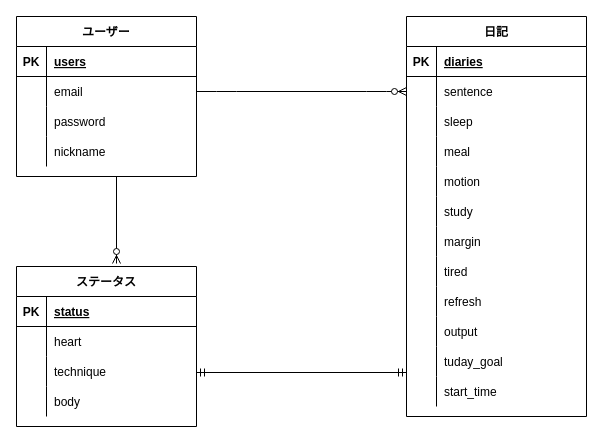
This is ER.dio from MiyaMasaomi/htbcheker, a draw.io file, before an edit. Source tidied: cells renumbered, new cells numbered last; positions are measured from the earlier drawing's top-left corner, leaving out a move shared by most shapes. Both pictures are drawn from the tidied source at 100%, with x=0, y=0 at pixel (16, 16).
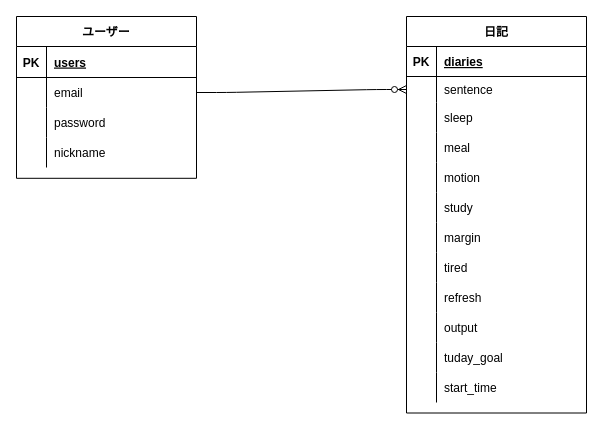
The same page after the edit.

Change to the diagram source:
```diff
@@
-<mxGraphModel>
+<mxGraphModel background="#ffffff">
@@
-    <mxCell id="2" value="ユーザー" style="shape=table;startSize=30;childLayout=tableLayout;rowLines=0;fontStyle=1;align=center;" parent="1" vertex="1">
-      <mxGeometry width="180" height="160" as="geometry" />
+    <mxCell id="2" value="ユーザー" style="shape=table;startSize=30;childLayout=tableLayout;rowLines=0;fontStyle=1;align=center;fillColor=none;strokeColor=#000000;fontColor=#000000;labelBorderColor=none;" parent="1" vertex="1">
+      <mxGeometry width="180" height="161.8" as="geometry" />
     </mxCell>
-    <mxCell id="3" style="shape=partialRectangle;fillColor=none;top=0;left=0;bottom=1;right=0;" parent="2" vertex="1">
-      <mxGeometry y="30" width="180" height="30" as="geometry" />
+    <mxCell id="3" style="shape=partialRectangle;fillColor=none;top=0;left=0;bottom=1;right=0;strokeColor=#000000;" parent="2" vertex="1">
+      <mxGeometry y="30" width="180" height="31" as="geometry" />
     </mxCell>
-    <mxCell id="4" value="PK" style="shape=partialRectangle;fillColor=none;top=0;left=0;bottom=0;right=0;fontStyle=1;overflow=hidden;" parent="3" vertex="1">
-      <mxGeometry width="30" height="30" as="geometry" />
+    <mxCell id="4" value="PK" style="shape=partialRectangle;fillColor=none;top=0;left=0;bottom=0;right=0;fontStyle=1;overflow=hidden;fontColor=#000000;" parent="3" vertex="1">
+      <mxGeometry width="30" height="31" as="geometry" />
     </mxCell>
-    <mxCell id="5" value="users" style="shape=partialRectangle;fillColor=none;top=0;left=0;bottom=0;right=0;align=left;spacingLeft=6;fontStyle=5;overflow=hidden;" parent="3" vertex="1">
-      <mxGeometry x="30" width="150" height="30" as="geometry" />
+    <mxCell id="5" value="users" style="shape=partialRectangle;top=0;left=0;bottom=0;right=0;align=left;spacingLeft=6;fontStyle=5;overflow=hidden;fillColor=none;fontColor=#000000;" parent="3" vertex="1">
+      <mxGeometry x="30" width="150" height="31" as="geometry" />
     </mxCell>
     <mxCell id="6" style="shape=partialRectangle;fillColor=none;top=0;left=0;bottom=0;right=0;points=[[0,0.5],[1,0.5]];portConstraint=eastwest;" parent="2" vertex="1">
-      <mxGeometry y="60" width="180" height="30" as="geometry" />
+      <mxGeometry y="61" width="180" height="30" as="geometry" />
     </mxCell>
@@
-    <mxCell id="8" value="email" style="shape=partialRectangle;fillColor=none;top=0;left=0;bottom=0;right=0;align=left;spacingLeft=6;overflow=hidden;" parent="6" vertex="1">
+    <mxCell id="8" value="email" style="shape=partialRectangle;fillColor=none;top=0;left=0;bottom=0;right=0;align=left;spacingLeft=6;overflow=hidden;fontColor=#000000;" parent="6" vertex="1">
       <mxGeometry x="30" width="150" height="30" as="geometry" />
     </mxCell>
     <mxCell id="9" style="shape=partialRectangle;fillColor=none;top=0;left=0;bottom=0;right=0;" parent="2" vertex="1">
-      <mxGeometry y="90" width="180" height="30" as="geometry" />
+      <mxGeometry y="91" width="180" height="30" as="geometry" />
     </mxCell>
@@
-    <mxCell id="11" value="password" style="shape=partialRectangle;fillColor=none;top=0;left=0;bottom=0;right=0;align=left;spacingLeft=6;overflow=hidden;" parent="9" vertex="1">
+    <mxCell id="11" value="password" style="shape=partialRectangle;fillColor=none;top=0;left=0;bottom=0;right=0;align=left;spacingLeft=6;overflow=hidden;fontColor=#000000;" parent="9" vertex="1">
       <mxGeometry x="30" width="150" height="30" as="geometry" />
     </mxCell>
     <mxCell id="12" style="shape=partialRectangle;fillColor=none;top=0;left=0;bottom=0;right=0;" parent="2" vertex="1">
-      <mxGeometry y="120" width="180" height="30" as="geometry" />
+      <mxGeometry y="121" width="180" height="30" as="geometry" />
     </mxCell>
@@
-    <mxCell id="14" value="nickname" style="shape=partialRectangle;fillColor=none;top=0;left=0;bottom=0;right=0;align=left;spacingLeft=6;overflow=hidden;" parent="12" vertex="1">
+    <mxCell id="14" value="nickname" style="shape=partialRectangle;fillColor=none;top=0;left=0;bottom=0;right=0;align=left;spacingLeft=6;overflow=hidden;fontColor=#000000;" parent="12" vertex="1">
       <mxGeometry x="30" width="150" height="30" as="geometry" />
     </mxCell>
-    <mxCell id="15" value="日記" style="shape=table;startSize=30;childLayout=tableLayout;rowLines=0;fontStyle=1;align=center;" parent="1" vertex="1">
-      <mxGeometry x="390" width="180" height="400" as="geometry" />
+    <mxCell id="15" value="日記" style="shape=table;startSize=30;childLayout=tableLayout;rowLines=0;fontStyle=1;align=center;fillColor=none;strokeColor=#000000;fontColor=#000000;" parent="1" vertex="1">
+      <mxGeometry x="390" width="180" height="396.5" as="geometry" />
     </mxCell>
-    <mxCell id="16" style="shape=partialRectangle;fillColor=none;top=0;left=0;bottom=1;right=0;" parent="15" vertex="1">
+    <mxCell id="16" style="shape=partialRectangle;fillColor=none;top=0;left=0;bottom=1;right=0;strokeColor=#000000;" parent="15" vertex="1">
       <mxGeometry y="30" width="180" height="30" as="geometry" />
     </mxCell>
-    <mxCell id="17" value="PK" style="shape=partialRectangle;fillColor=none;top=0;left=0;bottom=0;right=0;fontStyle=1;overflow=hidden;" parent="16" vertex="1">
+    <mxCell id="17" value="PK" style="shape=partialRectangle;fillColor=none;top=0;left=0;bottom=0;right=0;fontStyle=1;overflow=hidden;fontColor=#000000;" parent="16" vertex="1">
       <mxGeometry width="30" height="30" as="geometry" />
     </mxCell>
-    <mxCell id="18" value="diaries" style="shape=partialRectangle;fillColor=none;top=0;left=0;bottom=0;right=0;align=left;spacingLeft=6;fontStyle=5;overflow=hidden;" parent="16" vertex="1">
+    <mxCell id="18" value="diaries" style="shape=partialRectangle;fillColor=none;top=0;left=0;bottom=0;right=0;align=left;spacingLeft=6;fontStyle=5;overflow=hidden;fontColor=#000000;strokeColor=#000000;" parent="16" vertex="1">
       <mxGeometry x="30" width="150" height="30" as="geometry" />
     </mxCell>
-    <mxCell id="19" style="shape=partialRectangle;fillColor=none;top=0;left=0;bottom=0;right=0;points=[[0,0.5],[1,0.5]];portConstraint=eastwest;" parent="15" vertex="1">
-      <mxGeometry y="60" width="180" height="30" as="geometry" />
+    <mxCell id="19" style="shape=partialRectangle;fillColor=none;top=0;left=0;bottom=0;right=0;points=[[0,0.5],[1,0.5]];portConstraint=eastwest;strokeColor=#000000;" parent="15" vertex="1">
+      <mxGeometry y="60" width="180" height="26" as="geometry" />
     </mxCell>
-    <mxCell id="20" style="shape=partialRectangle;fillColor=none;top=0;left=0;bottom=0;right=0;overflow=hidden;" parent="19" vertex="1">
-      <mxGeometry width="30" height="30" as="geometry" />
+    <mxCell id="20" style="shape=partialRectangle;fillColor=none;top=0;left=0;bottom=0;right=0;overflow=hidden;fontColor=#000000;strokeColor=#000000;" parent="19" vertex="1">
+      <mxGeometry width="30" height="26" as="geometry" />
     </mxCell>
-    <mxCell id="21" value="sentence" style="shape=partialRectangle;fillColor=none;top=0;left=0;bottom=0;right=0;align=left;spacingLeft=6;overflow=hidden;" parent="19" vertex="1">
-      <mxGeometry x="30" width="150" height="30" as="geometry" />
+    <mxCell id="21" value="sentence" style="shape=partialRectangle;fillColor=none;top=0;left=0;bottom=0;right=0;align=left;spacingLeft=6;overflow=hidden;strokeColor=#000000;fontColor=#000000;" parent="19" vertex="1">
+      <mxGeometry x="30" width="150" height="26" as="geometry" />
     </mxCell>
     <mxCell id="22" style="shape=partialRectangle;fillColor=none;top=0;left=0;bottom=0;right=0;" parent="15" vertex="1">
-      <mxGeometry y="90" width="180" height="30" as="geometry" />
+      <mxGeometry y="86" width="180" height="30" as="geometry" />
     </mxCell>
@@
-    <mxCell id="24" value="sleep" style="shape=partialRectangle;fillColor=none;top=0;left=0;bottom=0;right=0;align=left;spacingLeft=6;overflow=hidden;" parent="22" vertex="1">
+    <mxCell id="24" value="sleep" style="shape=partialRectangle;fillColor=none;top=0;left=0;bottom=0;right=0;align=left;spacingLeft=6;overflow=hidden;fontColor=#000000;" parent="22" vertex="1">
       <mxGeometry x="30" width="150" height="30" as="geometry" />
     </mxCell>
     <mxCell id="25" style="shape=partialRectangle;fillColor=none;top=0;left=0;bottom=0;right=0;" parent="15" vertex="1">
-      <mxGeometry y="120" width="180" height="30" as="geometry" />
+      <mxGeometry y="116" width="180" height="30" as="geometry" />
     </mxCell>
@@
-    <mxCell id="27" value="meal" style="shape=partialRectangle;fillColor=none;top=0;left=0;bottom=0;right=0;align=left;spacingLeft=6;overflow=hidden;" parent="25" vertex="1">
+    <mxCell id="27" value="meal" style="shape=partialRectangle;fillColor=none;top=0;left=0;bottom=0;right=0;align=left;spacingLeft=6;overflow=hidden;fontColor=#000000;" parent="25" vertex="1">
       <mxGeometry x="30" width="150" height="30" as="geometry" />
     </mxCell>
     <mxCell id="28" style="shape=partialRectangle;fillColor=none;top=0;left=0;bottom=0;right=0;" parent="15" vertex="1">
-      <mxGeometry y="150" width="180" height="30" as="geometry" />
+      <mxGeometry y="146" width="180" height="30" as="geometry" />
     </mxCell>
@@
-    <mxCell id="30" value="motion" style="shape=partialRectangle;fillColor=none;top=0;left=0;bottom=0;right=0;align=left;spacingLeft=6;overflow=hidden;" parent="28" vertex="1">
+    <mxCell id="30" value="motion" style="shape=partialRectangle;fillColor=none;top=0;left=0;bottom=0;right=0;align=left;spacingLeft=6;overflow=hidden;fontColor=#000000;" parent="28" vertex="1">
       <mxGeometry x="30" width="150" height="30" as="geometry" />
     </mxCell>
     <mxCell id="31" style="shape=partialRectangle;fillColor=none;top=0;left=0;bottom=0;right=0;" parent="15" vertex="1">
-      <mxGeometry y="180" width="180" height="30" as="geometry" />
+      <mxGeometry y="176" width="180" height="30" as="geometry" />
     </mxCell>
@@
-    <mxCell id="33" value="study" style="shape=partialRectangle;fillColor=none;top=0;left=0;bottom=0;right=0;align=left;spacingLeft=6;overflow=hidden;" parent="31" vertex="1">
+    <mxCell id="33" value="study" style="shape=partialRectangle;fillColor=none;top=0;left=0;bottom=0;right=0;align=left;spacingLeft=6;overflow=hidden;fontColor=#000000;" parent="31" vertex="1">
       <mxGeometry x="30" width="150" height="30" as="geometry" />
     </mxCell>
     <mxCell id="34" style="shape=partialRectangle;fillColor=none;top=0;left=0;bottom=0;right=0;" parent="15" vertex="1">
-      <mxGeometry y="210" width="180" height="30" as="geometry" />
+      <mxGeometry y="206" width="180" height="30" as="geometry" />
     </mxCell>
@@
-    <mxCell id="36" value="margin" style="shape=partialRectangle;fillColor=none;top=0;left=0;bottom=0;right=0;align=left;spacingLeft=6;overflow=hidden;" parent="34" vertex="1">
+    <mxCell id="36" value="margin" style="shape=partialRectangle;fillColor=none;top=0;left=0;bottom=0;right=0;align=left;spacingLeft=6;overflow=hidden;fontColor=#000000;" parent="34" vertex="1">
       <mxGeometry x="30" width="150" height="30" as="geometry" />
     </mxCell>
     <mxCell id="37" style="shape=partialRectangle;fillColor=none;top=0;left=0;bottom=0;right=0;" parent="15" vertex="1">
-      <mxGeometry y="240" width="180" height="30" as="geometry" />
+      <mxGeometry y="236" width="180" height="30" as="geometry" />
     </mxCell>
@@
-    <mxCell id="39" value="tired" style="shape=partialRectangle;fillColor=none;top=0;left=0;bottom=0;right=0;align=left;spacingLeft=6;overflow=hidden;" parent="37" vertex="1">
+    <mxCell id="39" value="tired" style="shape=partialRectangle;fillColor=none;top=0;left=0;bottom=0;right=0;align=left;spacingLeft=6;overflow=hidden;fontColor=#000000;" parent="37" vertex="1">
       <mxGeometry x="30" width="150" height="30" as="geometry" />
     </mxCell>
     <mxCell id="40" style="shape=partialRectangle;fillColor=none;top=0;left=0;bottom=0;right=0;" parent="15" vertex="1">
-      <mxGeometry y="270" width="180" height="30" as="geometry" />
+      <mxGeometry y="266" width="180" height="30" as="geometry" />
     </mxCell>
@@
-    <mxCell id="42" value="refresh" style="shape=partialRectangle;fillColor=none;top=0;left=0;bottom=0;right=0;align=left;spacingLeft=6;overflow=hidden;" parent="40" vertex="1">
+    <mxCell id="42" value="refresh" style="shape=partialRectangle;fillColor=none;top=0;left=0;bottom=0;right=0;align=left;spacingLeft=6;overflow=hidden;fontColor=#000000;" parent="40" vertex="1">
       <mxGeometry x="30" width="150" height="30" as="geometry" />
     </mxCell>
     <mxCell id="43" style="shape=partialRectangle;fillColor=none;top=0;left=0;bottom=0;right=0;" parent="15" vertex="1">
-      <mxGeometry y="300" width="180" height="30" as="geometry" />
+      <mxGeometry y="296" width="180" height="30" as="geometry" />
     </mxCell>
@@
-    <mxCell id="45" value="output" style="shape=partialRectangle;fillColor=none;top=0;left=0;bottom=0;right=0;align=left;spacingLeft=6;overflow=hidden;" parent="43" vertex="1">
+    <mxCell id="45" value="output" style="shape=partialRectangle;fillColor=none;top=0;left=0;bottom=0;right=0;align=left;spacingLeft=6;overflow=hidden;fontColor=#000000;" parent="43" vertex="1">
       <mxGeometry x="30" width="150" height="30" as="geometry" />
     </mxCell>
     <mxCell id="46" style="shape=partialRectangle;fillColor=none;top=0;left=0;bottom=0;right=0;" parent="15" vertex="1">
-      <mxGeometry y="330" width="180" height="30" as="geometry" />
+      <mxGeometry y="326" width="180" height="30" as="geometry" />
     </mxCell>
@@
-    <mxCell id="48" value="tuday_goal" style="shape=partialRectangle;fillColor=none;top=0;left=0;bottom=0;right=0;align=left;spacingLeft=6;overflow=hidden;" parent="46" vertex="1">
+    <mxCell id="48" value="tuday_goal" style="shape=partialRectangle;fillColor=none;top=0;left=0;bottom=0;right=0;align=left;spacingLeft=6;overflow=hidden;fontColor=#000000;" parent="46" vertex="1">
       <mxGeometry x="30" width="150" height="30" as="geometry" />
     </mxCell>
     <mxCell id="49" style="shape=partialRectangle;fillColor=none;top=0;left=0;bottom=0;right=0;" parent="15" vertex="1">
-      <mxGeometry y="360" width="180" height="30" as="geometry" />
+      <mxGeometry y="356" width="180" height="30" as="geometry" />
     </mxCell>
@@
-    <mxCell id="51" value="start_time" style="shape=partialRectangle;fillColor=none;top=0;left=0;bottom=0;right=0;align=left;spacingLeft=6;overflow=hidden;" parent="49" vertex="1">
+    <mxCell id="51" value="start_time" style="shape=partialRectangle;fillColor=none;top=0;left=0;bottom=0;right=0;align=left;spacingLeft=6;overflow=hidden;fontColor=#000000;" parent="49" vertex="1">
       <mxGeometry x="30" width="150" height="30" as="geometry" />
     </mxCell>
-    <mxCell id="52" value="ステータス" style="shape=table;startSize=30;childLayout=tableLayout;rowLines=0;fontStyle=1;align=center;" parent="1" vertex="1">
-      <mxGeometry y="250" width="180" height="160" as="geometry" />
-    </mxCell>
-    <mxCell id="53" style="shape=partialRectangle;fillColor=none;top=0;left=0;bottom=1;right=0;" parent="52" vertex="1">
-      <mxGeometry y="30" width="180" height="30" as="geometry" />
-    </mxCell>
-    <mxCell id="54" value="PK" style="shape=partialRectangle;fillColor=none;top=0;left=0;bottom=0;right=0;fontStyle=1;overflow=hidden;" parent="53" vertex="1">
-      <mxGeometry width="30" height="30" as="geometry" />
-    </mxCell>
-    <mxCell id="55" value="status" style="shape=partialRectangle;fillColor=none;top=0;left=0;bottom=0;right=0;align=left;spacingLeft=6;fontStyle=5;overflow=hidden;" parent="53" vertex="1">
-      <mxGeometry x="30" width="150" height="30" as="geometry" />
-    </mxCell>
-    <mxCell id="56" style="shape=partialRectangle;fillColor=none;top=0;left=0;bottom=0;right=0;" parent="52" vertex="1">
-      <mxGeometry y="60" width="180" height="30" as="geometry" />
-    </mxCell>
-    <mxCell id="57" style="shape=partialRectangle;fillColor=none;top=0;left=0;bottom=0;right=0;overflow=hidden;" parent="56" vertex="1">
-      <mxGeometry width="30" height="30" as="geometry" />
-    </mxCell>
-    <mxCell id="58" value="heart" style="shape=partialRectangle;fillColor=none;top=0;left=0;bottom=0;right=0;align=left;spacingLeft=6;overflow=hidden;" parent="56" vertex="1">
-      <mxGeometry x="30" width="150" height="30" as="geometry" />
-    </mxCell>
-    <mxCell id="59" style="shape=partialRectangle;fillColor=none;top=0;left=0;bottom=0;right=0;" parent="52" vertex="1">
-      <mxGeometry y="90" width="180" height="30" as="geometry" />
-    </mxCell>
-    <mxCell id="60" style="shape=partialRectangle;fillColor=none;top=0;left=0;bottom=0;right=0;overflow=hidden;" parent="59" vertex="1">
-      <mxGeometry width="30" height="30" as="geometry" />
-    </mxCell>
-    <mxCell id="61" value="technique" style="shape=partialRectangle;fillColor=none;top=0;left=0;bottom=0;right=0;align=left;spacingLeft=6;overflow=hidden;" parent="59" vertex="1">
-      <mxGeometry x="30" width="150" height="30" as="geometry" />
-    </mxCell>
-    <mxCell id="62" style="shape=partialRectangle;fillColor=none;top=0;left=0;bottom=0;right=0;" parent="52" vertex="1">
-      <mxGeometry y="120" width="180" height="30" as="geometry" />
-    </mxCell>
-    <mxCell id="63" style="shape=partialRectangle;fillColor=none;top=0;left=0;bottom=0;right=0;overflow=hidden;" parent="62" vertex="1">
-      <mxGeometry width="30" height="30" as="geometry" />
-    </mxCell>
-    <mxCell id="64" value="body" style="shape=partialRectangle;fillColor=none;top=0;left=0;bottom=0;right=0;align=left;spacingLeft=6;overflow=hidden;" parent="62" vertex="1">
-      <mxGeometry x="30" width="150" height="30" as="geometry" />
-    </mxCell>
-    <mxCell id="65" style="edgeStyle=entityRelationEdgeStyle;fontSize=12;html=1;endArrow=ERzeroToMany;endFill=1;exitX=1;exitY=0.5;exitDx=0;exitDy=0;entryX=0;entryY=0.5;entryDx=0;entryDy=0;entryPerimeter=0;" parent="1" edge="1" source="6" target="19">
+    <mxCell id="65" style="edgeStyle=entityRelationEdgeStyle;fontSize=12;html=1;endArrow=ERzeroToMany;endFill=1;exitX=1;exitY=0.5;exitDx=0;exitDy=0;entryX=0;entryY=0.5;entryDx=0;entryDy=0;entryPerimeter=0;labelBorderColor=#000000;labelBackgroundColor=#000000;fontColor=#000000;strokeColor=#000000;" parent="1" edge="1" source="6" target="19">
       <mxGeometry relative="1" as="geometry" />
     </mxCell>
-    <mxCell id="66" style="fontSize=12;html=1;endArrow=ERzeroToMany;endFill=1;entryX=0.556;entryY=-0.018;entryDx=0;entryDy=0;entryPerimeter=0;" parent="1" edge="1" target="52">
-      <mxGeometry relative="1" as="geometry">
-        <mxPoint x="100" y="160" as="sourcePoint" />
-        <Array as="points">
-          <mxPoint x="100" y="247" />
-        </Array>
-      </mxGeometry>
-    </mxCell>
-    <mxCell id="67" style="fontSize=12;html=1;endArrow=ERmandOne;startArrow=ERmandOne;" parent="1" edge="1">
-      <mxGeometry relative="1" as="geometry">
-        <mxPoint x="180" y="356" as="sourcePoint" />
-        <mxPoint x="390" y="356" as="targetPoint" />
-      </mxGeometry>
-    </mxCell>
```
